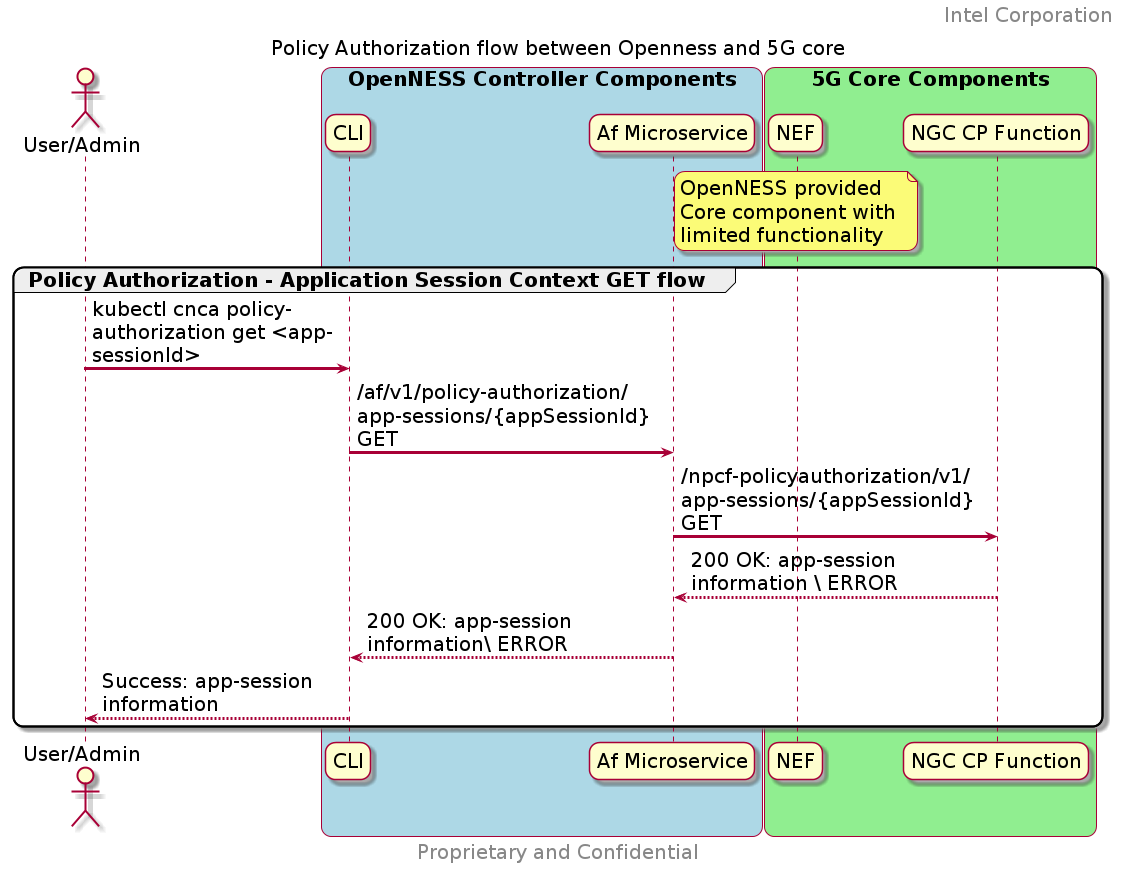
This is doc/core-network/ngc-images/AF_Policy_Authorization_get.png from smart-edge-open/ido-specs, a PlantUML export, as it was before one commit.
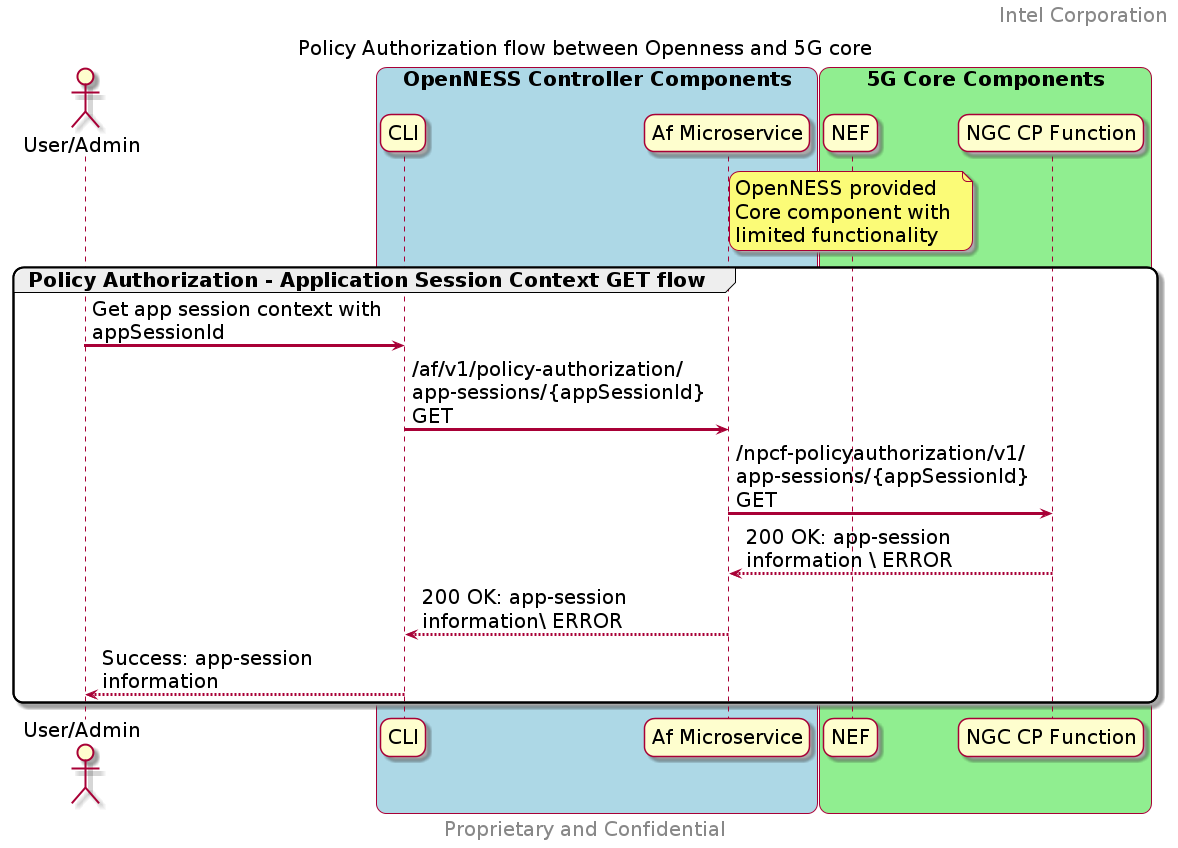
The same diagram one commit later.

The edit, as a diff of the source:
```diff
@@ -34,7 +34,7 @@
 end box
 
 group Policy Authorization - Application Session Context GET flow
-    user -> CLI : kubectl cnca policy-authorization get <app-sessionId>
+    user -> CLI : Get app session context with appSessionId
     CLI -> AF : /af/v1/policy-authorization/app-sessions/{appSessionId} GET
     AF -> 5GC : /npcf-policyauthorization/v1/app-sessions/{appSessionId} GET
 
```
